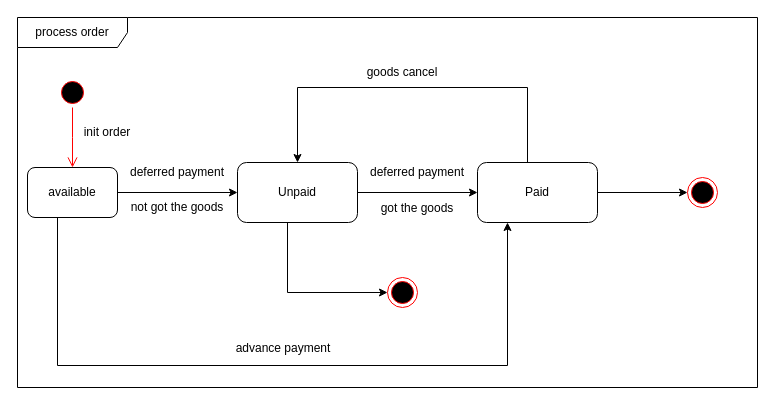
Before: page "state diagram" (2 of 3) of docs/cat-store.drawio in anh0701/cat-store, a draw.io diagram. Source tidied: cells renumbered, new cells numbered last; positions are measured from the earlier drawing's top-left corner, leaving out a move shared by most shapes. Both pictures are drawn from the tidied source at 100%, with x=0, y=0 at pixel (17, 17).
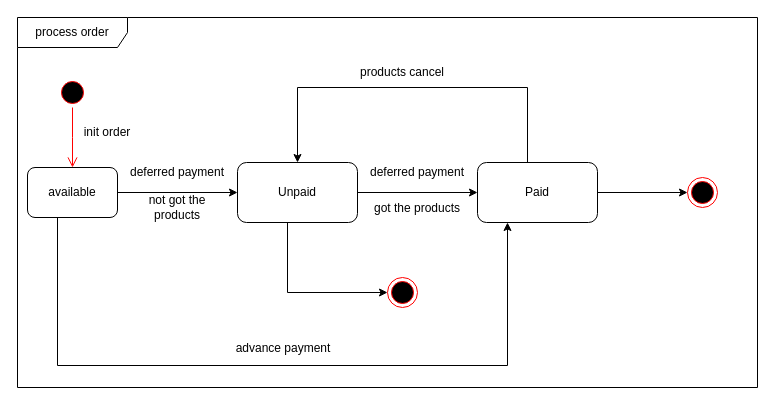
The same page after the edit.

What changed in the source:
```diff
@@
-    <mxCell id="12" value="not&amp;nbsp;got the goods" style="text;html=1;strokeColor=none;fillColor=none;align=center;verticalAlign=middle;whiteSpace=wrap;rounded=0;" parent="1" vertex="1">
+    <mxCell id="12" value="not&amp;nbsp;got the products" style="text;html=1;strokeColor=none;fillColor=none;align=center;verticalAlign=middle;whiteSpace=wrap;rounded=0;" parent="1" vertex="1">
       <mxGeometry x="110" y="175" width="100" height="30" as="geometry" />
     </mxCell>
@@
-    <mxCell id="17" value="got the goods" style="text;html=1;strokeColor=none;fillColor=none;align=center;verticalAlign=middle;whiteSpace=wrap;rounded=0;" parent="1" vertex="1">
+    <mxCell id="17" value="got the products" style="text;html=1;strokeColor=none;fillColor=none;align=center;verticalAlign=middle;whiteSpace=wrap;rounded=0;" parent="1" vertex="1">
       <mxGeometry x="350" y="176" width="100" height="30" as="geometry" />
     </mxCell>
@@
-    <mxCell id="21" value="goods cancel" style="text;html=1;strokeColor=none;fillColor=none;align=center;verticalAlign=middle;whiteSpace=wrap;rounded=0;" parent="1" vertex="1">
+    <mxCell id="21" value="products cancel" style="text;html=1;strokeColor=none;fillColor=none;align=center;verticalAlign=middle;whiteSpace=wrap;rounded=0;" parent="1" vertex="1">
       <mxGeometry x="340" y="40" width="90" height="30" as="geometry" />
     </mxCell>
```
